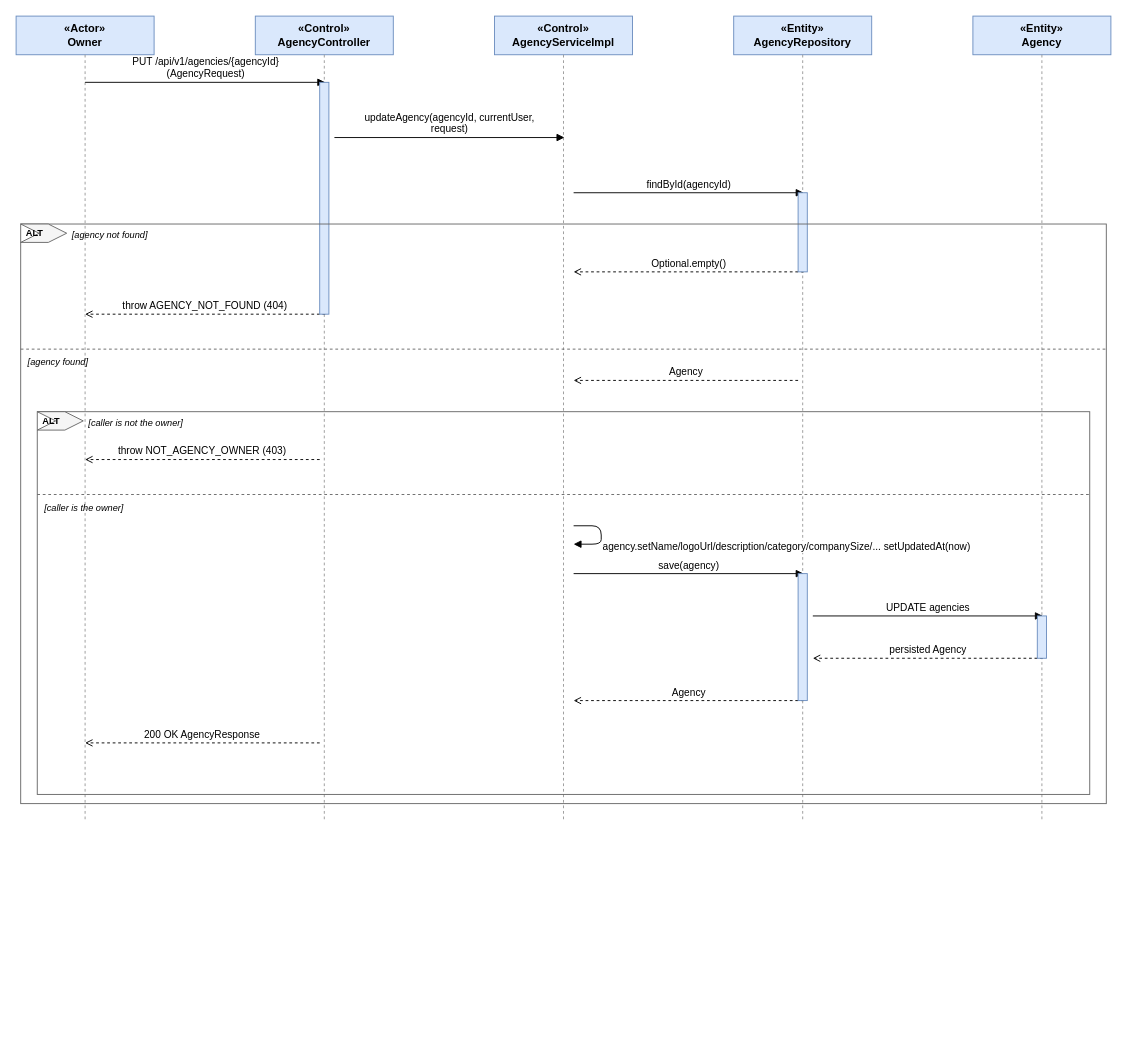
BrandHubOrganization/brandhub-infrastructure keeps this draw.io diagram as docs/feature/agency-workspace/3-4-5-update-agency-profile/sequence-flow.drawio. Above is the earlier version. Source tidied: cells renumbered, new cells numbered last; positions are measured from the earlier drawing's top-left corner, leaving out a move shared by most shapes. Both pictures are drawn from the tidied source at 92%, with x=0, y=0 at pixel (16, 16).
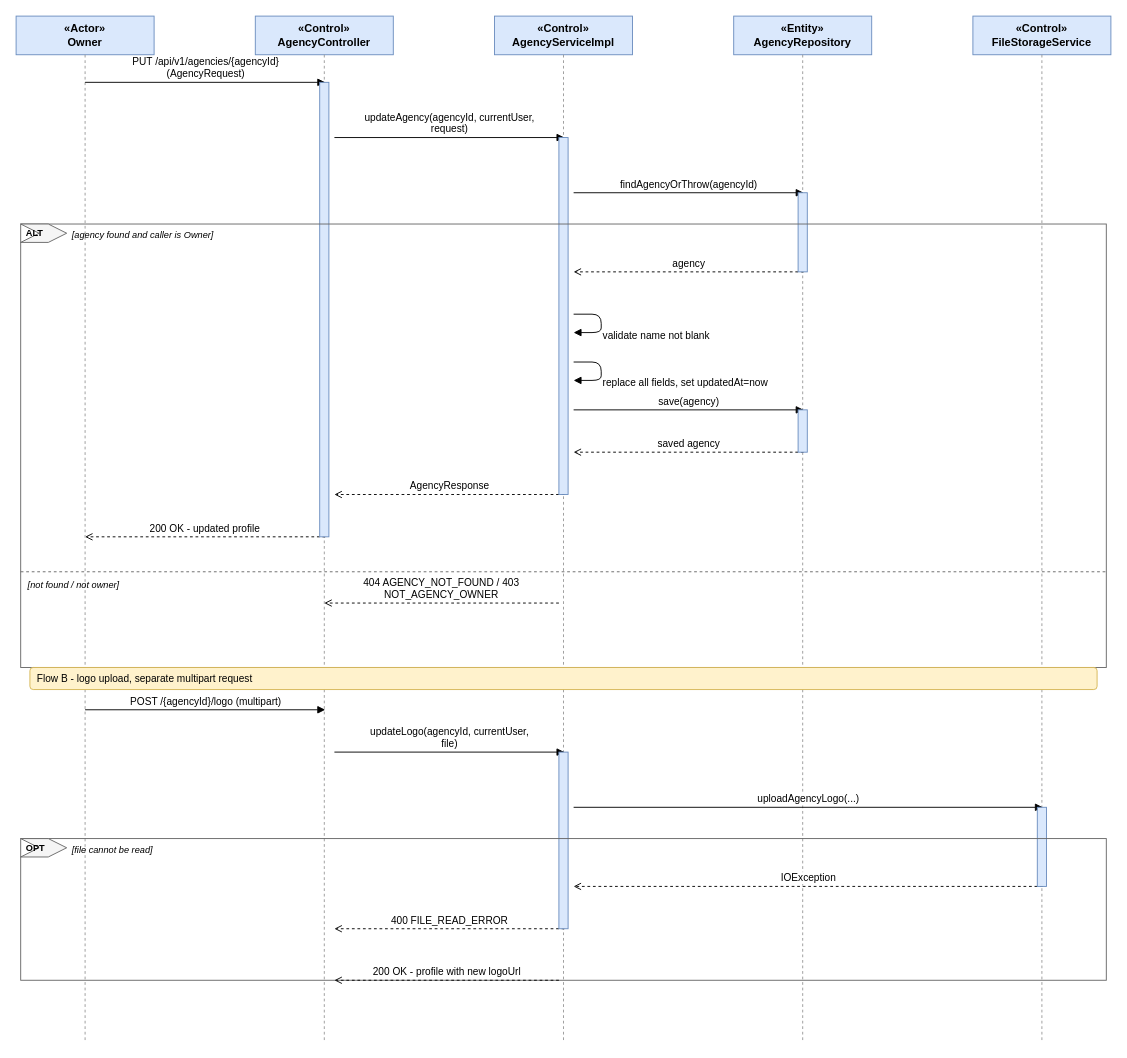
The same diagram, later.

Diff of the diagram source:
```diff
@@
-    <mxCell id="2" value="«Entity»&lt;br&gt;Agency" style="rounded=0;whiteSpace=wrap;html=1;fillColor=#dae8fc;strokeColor=#6c8ebf;fontStyle=1;" parent="1" vertex="1">
-      <mxGeometry x="1040" width="150" height="42" as="geometry" />
-    </mxCell>
-    <mxCell id="3" style="endArrow=none;dashed=1;html=1;strokeColor=#999999;" parent="1" edge="1">
-      <mxGeometry relative="1" as="geometry">
-        <mxPoint x="1115" y="42" as="sourcePoint" />
-        <mxPoint x="1115" y="876" as="targetPoint" />
-      </mxGeometry>
-    </mxCell>
+    <mxCell id="39" value="«Control»&lt;br&gt;FileStorageService" style="rounded=0;whiteSpace=wrap;html=1;fillColor=#dae8fc;strokeColor=#6c8ebf;fontStyle=1;" parent="1" vertex="1">
+      <mxGeometry x="1040" width="150" height="42" as="geometry" />
+    </mxCell>
+    <mxCell id="40" style="endArrow=none;dashed=1;html=1;strokeColor=#999999;" parent="1" edge="1">
+      <mxGeometry relative="1" as="geometry">
+        <mxPoint x="1115" y="42" as="sourcePoint" />
+        <mxPoint x="1115" y="1114" as="targetPoint" />
+      </mxGeometry>
+    </mxCell>
@@
-    <mxCell id="5" style="endArrow=none;dashed=1;html=1;strokeColor=#999999;" parent="1" edge="1">
-      <mxGeometry relative="1" as="geometry">
-        <mxPoint x="855" y="42" as="sourcePoint" />
-        <mxPoint x="855" y="876" as="targetPoint" />
-      </mxGeometry>
-    </mxCell>
+    <mxCell id="41" style="endArrow=none;dashed=1;html=1;strokeColor=#999999;" parent="1" edge="1">
+      <mxGeometry relative="1" as="geometry">
+        <mxPoint x="855" y="42" as="sourcePoint" />
+        <mxPoint x="855" y="1114" as="targetPoint" />
+      </mxGeometry>
+    </mxCell>
@@
-    <mxCell id="7" style="endArrow=none;dashed=1;html=1;strokeColor=#999999;" parent="1" edge="1">
-      <mxGeometry relative="1" as="geometry">
-        <mxPoint x="595" y="42" as="sourcePoint" />
-        <mxPoint x="595" y="876" as="targetPoint" />
-      </mxGeometry>
-    </mxCell>
+    <mxCell id="42" style="endArrow=none;dashed=1;html=1;strokeColor=#999999;" parent="1" edge="1">
+      <mxGeometry relative="1" as="geometry">
+        <mxPoint x="595" y="42" as="sourcePoint" />
+        <mxPoint x="595" y="1114" as="targetPoint" />
+      </mxGeometry>
+    </mxCell>
@@
-    <mxCell id="9" style="endArrow=none;dashed=1;html=1;strokeColor=#999999;" parent="1" edge="1">
-      <mxGeometry relative="1" as="geometry">
-        <mxPoint x="335" y="42" as="sourcePoint" />
-        <mxPoint x="335" y="876" as="targetPoint" />
-      </mxGeometry>
-    </mxCell>
+    <mxCell id="43" style="endArrow=none;dashed=1;html=1;strokeColor=#999999;" parent="1" edge="1">
+      <mxGeometry relative="1" as="geometry">
+        <mxPoint x="335" y="42" as="sourcePoint" />
+        <mxPoint x="335" y="1114" as="targetPoint" />
+      </mxGeometry>
+    </mxCell>
@@
-    <mxCell id="11" style="endArrow=none;dashed=1;html=1;strokeColor=#999999;" parent="1" edge="1">
-      <mxGeometry relative="1" as="geometry">
-        <mxPoint x="75" y="42" as="sourcePoint" />
-        <mxPoint x="75" y="876" as="targetPoint" />
-      </mxGeometry>
-    </mxCell>
+    <mxCell id="44" style="endArrow=none;dashed=1;html=1;strokeColor=#999999;" parent="1" edge="1">
+      <mxGeometry relative="1" as="geometry">
+        <mxPoint x="75" y="42" as="sourcePoint" />
+        <mxPoint x="75" y="1114" as="targetPoint" />
+      </mxGeometry>
+    </mxCell>
@@
-    <mxCell id="14" value="findById(agencyId)" style="html=1;endArrow=block;dashed=0;fontSize=11;align=center;verticalAlign=bottom;labelBackgroundColor=#ffffff;" parent="1" edge="1">
+    <mxCell id="14" value="findAgencyOrThrow(agencyId)" style="html=1;endArrow=block;dashed=0;fontSize=11;align=center;verticalAlign=bottom;labelBackgroundColor=#ffffff;" parent="1" edge="1">
       <mxGeometry relative="1" as="geometry">
         <mxPoint x="606" y="192" as="sourcePoint" />
         <mxPoint x="856" y="192" as="targetPoint" />
       </mxGeometry>
     </mxCell>
-    <mxCell id="15" value="Optional.empty()" style="html=1;endArrow=open;dashed=1;fontSize=11;align=center;verticalAlign=bottom;labelBackgroundColor=#ffffff;" parent="1" edge="1">
+    <mxCell id="15" value="agency" style="html=1;endArrow=open;dashed=1;fontSize=11;align=center;verticalAlign=bottom;labelBackgroundColor=#ffffff;" parent="1" edge="1">
       <mxGeometry relative="1" as="geometry">
         <mxPoint x="856" y="278" as="sourcePoint" />
         <mxPoint x="606" y="278" as="targetPoint" />
       </mxGeometry>
     </mxCell>
@@
-    <mxCell id="17" value="throw AGENCY_NOT_FOUND (404)" style="html=1;endArrow=open;dashed=1;fontSize=11;align=center;verticalAlign=bottom;labelBackgroundColor=#ffffff;" parent="1" edge="1">
-      <mxGeometry relative="1" as="geometry">
-        <mxPoint x="336" y="324" as="sourcePoint" />
-        <mxPoint x="75" y="324" as="targetPoint" />
-      </mxGeometry>
-    </mxCell>
-    <mxCell id="18" style="rounded=0;whiteSpace=wrap;html=1;fillColor=#dae8fc;strokeColor=#6c8ebf;" parent="1" vertex="1">
-      <mxGeometry x="330" y="72" width="10" height="252" as="geometry" />
-    </mxCell>
-    <mxCell id="19" value="Agency" style="html=1;endArrow=open;dashed=1;fontSize=11;align=center;verticalAlign=bottom;labelBackgroundColor=#ffffff;" parent="1" edge="1">
-      <mxGeometry relative="1" as="geometry">
-        <mxPoint x="850" y="396" as="sourcePoint" />
-        <mxPoint x="606" y="396" as="targetPoint" />
-      </mxGeometry>
-    </mxCell>
+    <mxCell id="45" value="validate name not blank" style="html=1;endArrow=block;dashed=0;fontSize=11;align=left;verticalAlign=top;rounded=1;" parent="1" edge="1">
+      <mxGeometry relative="1" as="geometry">
+        <mxPoint x="606" y="324" as="sourcePoint" />
+        <mxPoint x="606" y="344" as="targetPoint" />
+        <Array as="points">
+          <mxPoint x="636" y="324" />
+          <mxPoint x="636" y="344" />
+        </Array>
+      </mxGeometry>
+    </mxCell>
+    <mxCell id="46" value="replace all fields, set updatedAt=now" style="html=1;endArrow=block;dashed=0;fontSize=11;align=left;verticalAlign=top;rounded=1;" parent="1" edge="1">
+      <mxGeometry relative="1" as="geometry">
+        <mxPoint x="606" y="376" as="sourcePoint" />
+        <mxPoint x="606" y="396" as="targetPoint" />
+        <Array as="points">
+          <mxPoint x="636" y="376" />
+          <mxPoint x="636" y="396" />
+        </Array>
+      </mxGeometry>
+    </mxCell>
+    <mxCell id="22" value="save(agency)" style="html=1;endArrow=block;dashed=0;fontSize=11;align=center;verticalAlign=bottom;labelBackgroundColor=#ffffff;" parent="1" edge="1">
+      <mxGeometry relative="1" as="geometry">
+        <mxPoint x="606" y="428" as="sourcePoint" />
+        <mxPoint x="856" y="428" as="targetPoint" />
+      </mxGeometry>
+    </mxCell>
-    <mxCell id="20" value="throw NOT_AGENCY_OWNER (403)" style="html=1;endArrow=open;dashed=1;fontSize=11;align=center;verticalAlign=bottom;labelBackgroundColor=#ffffff;" parent="1" edge="1">
+    <mxCell id="20" value="saved agency" style="html=1;endArrow=open;dashed=1;fontSize=11;align=center;verticalAlign=bottom;labelBackgroundColor=#ffffff;" parent="1" edge="1">
       <mxGeometry relative="1" as="geometry">
-        <mxPoint x="330" y="482" as="sourcePoint" />
-        <mxPoint x="75" y="482" as="targetPoint" />
+        <mxPoint x="856" y="474" as="sourcePoint" />
+        <mxPoint x="606" y="474" as="targetPoint" />
       </mxGeometry>
     </mxCell>
-    <mxCell id="21" value="agency.setName/logoUrl/description/category/companySize/... setUpdatedAt(now)" style="html=1;endArrow=block;dashed=0;fontSize=11;align=left;verticalAlign=top;rounded=1;" parent="1" edge="1">
-      <mxGeometry relative="1" as="geometry">
-        <mxPoint x="606" y="554" as="sourcePoint" />
-        <mxPoint x="606" y="574" as="targetPoint" />
-        <Array as="points">
-          <mxPoint x="636" y="554" />
-          <mxPoint x="636" y="574" />
-        </Array>
-      </mxGeometry>
-    </mxCell>
-    <mxCell id="22" value="save(agency)" style="html=1;endArrow=block;dashed=0;fontSize=11;align=center;verticalAlign=bottom;labelBackgroundColor=#ffffff;" parent="1" edge="1">
-      <mxGeometry relative="1" as="geometry">
-        <mxPoint x="606" y="606" as="sourcePoint" />
-        <mxPoint x="856" y="606" as="targetPoint" />
-      </mxGeometry>
-    </mxCell>
-    <mxCell id="23" value="UPDATE agencies" style="html=1;endArrow=block;dashed=0;fontSize=11;align=center;verticalAlign=bottom;labelBackgroundColor=#ffffff;" parent="1" edge="1">
-      <mxGeometry relative="1" as="geometry">
-        <mxPoint x="866" y="652" as="sourcePoint" />
-        <mxPoint x="1116" y="652" as="targetPoint" />
-      </mxGeometry>
-    </mxCell>
+    <mxCell id="47" style="rounded=0;whiteSpace=wrap;html=1;fillColor=#dae8fc;strokeColor=#6c8ebf;" parent="1" vertex="1">
+      <mxGeometry x="850" y="428" width="10" height="46" as="geometry" />
+    </mxCell>
+    <mxCell id="48" value="AgencyResponse" style="html=1;endArrow=open;dashed=1;fontSize=11;align=center;verticalAlign=bottom;labelBackgroundColor=#ffffff;" parent="1" edge="1">
+      <mxGeometry relative="1" as="geometry">
+        <mxPoint x="596" y="520" as="sourcePoint" />
+        <mxPoint x="346" y="520" as="targetPoint" />
+      </mxGeometry>
+    </mxCell>
+    <mxCell id="49" style="rounded=0;whiteSpace=wrap;html=1;fillColor=#dae8fc;strokeColor=#6c8ebf;" parent="1" vertex="1">
+      <mxGeometry x="590" y="132" width="10" height="388" as="geometry" />
+    </mxCell>
-    <mxCell id="24" value="persisted Agency" style="html=1;endArrow=open;dashed=1;fontSize=11;align=center;verticalAlign=bottom;labelBackgroundColor=#ffffff;" parent="1" edge="1">
+    <mxCell id="24" value="200 OK - updated profile" style="html=1;endArrow=open;dashed=1;fontSize=11;align=center;verticalAlign=bottom;labelBackgroundColor=#ffffff;" parent="1" edge="1">
       <mxGeometry relative="1" as="geometry">
-        <mxPoint x="1116" y="698" as="sourcePoint" />
-        <mxPoint x="866" y="698" as="targetPoint" />
+        <mxPoint x="336" y="566" as="sourcePoint" />
+        <mxPoint x="75" y="566" as="targetPoint" />
       </mxGeometry>
     </mxCell>
     <mxCell id="25" style="rounded=0;whiteSpace=wrap;html=1;fillColor=#dae8fc;strokeColor=#6c8ebf;" parent="1" vertex="1">
-      <mxGeometry x="1110" y="652" width="10" height="46" as="geometry" />
+      <mxGeometry x="330" y="72" width="10" height="494" as="geometry" />
     </mxCell>
-    <mxCell id="26" value="Agency" style="html=1;endArrow=open;dashed=1;fontSize=11;align=center;verticalAlign=bottom;labelBackgroundColor=#ffffff;" parent="1" edge="1">
+    <mxCell id="26" value="404 AGENCY_NOT_FOUND / 403&lt;br&gt;NOT_AGENCY_OWNER" style="html=1;endArrow=open;dashed=1;fontSize=11;align=center;verticalAlign=bottom;labelBackgroundColor=#ffffff;" parent="1" edge="1">
       <mxGeometry relative="1" as="geometry">
-        <mxPoint x="856" y="744" as="sourcePoint" />
-        <mxPoint x="606" y="744" as="targetPoint" />
+        <mxPoint x="590" y="638" as="sourcePoint" />
+        <mxPoint x="335" y="638" as="targetPoint" />
       </mxGeometry>
     </mxCell>
-    <mxCell id="27" style="rounded=0;whiteSpace=wrap;html=1;fillColor=#dae8fc;strokeColor=#6c8ebf;" parent="1" vertex="1">
-      <mxGeometry x="850" y="606" width="10" height="138" as="geometry" />
-    </mxCell>
-    <mxCell id="28" value="200 OK AgencyResponse" style="html=1;endArrow=open;dashed=1;fontSize=11;align=center;verticalAlign=bottom;labelBackgroundColor=#ffffff;" parent="1" edge="1">
-      <mxGeometry relative="1" as="geometry">
-        <mxPoint x="330" y="790" as="sourcePoint" />
-        <mxPoint x="75" y="790" as="targetPoint" />
-      </mxGeometry>
-    </mxCell>
-    <mxCell id="29" style="rounded=0;whiteSpace=wrap;html=1;fillColor=none;strokeColor=#666666;verticalAlign=top;" parent="1" vertex="1">
-      <mxGeometry x="23" y="430" width="1144" height="416" as="geometry" />
-    </mxCell>
-    <mxCell id="30" value="ALT" style="shape=step;perimeter=stepPerimeter;whiteSpace=wrap;html=1;fixedSize=1;fillColor=#f5f5f5;strokeColor=#666666;fontStyle=1;fontSize=10;align=left;spacingLeft=4;" parent="1" vertex="1">
-      <mxGeometry x="23" y="430" width="50" height="20" as="geometry" />
-    </mxCell>
-    <mxCell id="31" value="[caller is not the owner]" style="text;html=1;align=left;verticalAlign=top;fontSize=10;fontStyle=2;" parent="1" vertex="1">
-      <mxGeometry x="77" y="430" width="1086" height="20" as="geometry" />
-    </mxCell>
-    <mxCell id="32" style="endArrow=none;dashed=1;html=1;strokeColor=#666666;" parent="1" edge="1">
-      <mxGeometry relative="1" as="geometry">
-        <mxPoint x="23" y="520" as="sourcePoint" />
-        <mxPoint x="1167" y="520" as="targetPoint" />
-      </mxGeometry>
-    </mxCell>
-    <mxCell id="33" value="[caller is the owner]" style="text;html=1;align=left;verticalAlign=top;fontSize=10;fontStyle=2;" parent="1" vertex="1">
-      <mxGeometry x="29" y="522" width="1134" height="18" as="geometry" />
-    </mxCell>
-    <mxCell id="34" style="rounded=0;whiteSpace=wrap;html=1;fillColor=none;strokeColor=#666666;verticalAlign=top;" parent="1" vertex="1">
-      <mxGeometry x="5" y="226" width="1180" height="630" as="geometry" />
-    </mxCell>
+    <mxCell id="50" style="rounded=0;whiteSpace=wrap;html=1;fillColor=none;strokeColor=#666666;verticalAlign=top;" parent="1" vertex="1">
+      <mxGeometry x="5" y="226" width="1180" height="482" as="geometry" />
+    </mxCell>
@@
-    <mxCell id="36" value="[agency not found]" style="text;html=1;align=left;verticalAlign=top;fontSize=10;fontStyle=2;" parent="1" vertex="1">
-      <mxGeometry x="59" y="226" width="1122" height="20" as="geometry" />
-    </mxCell>
-    <mxCell id="37" style="endArrow=none;dashed=1;html=1;strokeColor=#666666;" parent="1" edge="1">
-      <mxGeometry relative="1" as="geometry">
-        <mxPoint x="5" y="362" as="sourcePoint" />
-        <mxPoint x="1185" y="362" as="targetPoint" />
-      </mxGeometry>
-    </mxCell>
-    <mxCell id="38" value="[agency found]" style="text;html=1;align=left;verticalAlign=top;fontSize=10;fontStyle=2;" parent="1" vertex="1">
-      <mxGeometry x="11" y="364" width="1170" height="18" as="geometry" />
-    </mxCell>
+    <mxCell id="51" value="[agency found and caller is Owner]" style="text;html=1;align=left;verticalAlign=top;fontSize=10;fontStyle=2;" parent="1" vertex="1">
+      <mxGeometry x="59" y="226" width="1122" height="20" as="geometry" />
+    </mxCell>
+    <mxCell id="52" style="endArrow=none;dashed=1;html=1;strokeColor=#666666;" parent="1" edge="1">
+      <mxGeometry relative="1" as="geometry">
+        <mxPoint x="5" y="604" as="sourcePoint" />
+        <mxPoint x="1185" y="604" as="targetPoint" />
+      </mxGeometry>
+    </mxCell>
+    <mxCell id="53" value="[not found / not owner]" style="text;html=1;align=left;verticalAlign=top;fontSize=10;fontStyle=2;" parent="1" vertex="1">
+      <mxGeometry x="11" y="606" width="1170" height="18" as="geometry" />
+    </mxCell>
+    <mxCell id="54" value="Flow B - logo upload, separate multipart request" style="rounded=1;whiteSpace=wrap;html=1;fillColor=#fff2cc;strokeColor=#d6b656;align=left;spacingLeft=6;fontSize=11;" parent="1" vertex="1">
+      <mxGeometry x="15" y="708" width="1160" height="24" as="geometry" />
+    </mxCell>
+    <mxCell id="55" value="POST /{agencyId}/logo (multipart)" style="html=1;endArrow=block;dashed=0;fontSize=11;align=center;verticalAlign=bottom;labelBackgroundColor=#ffffff;" parent="1" edge="1">
+      <mxGeometry relative="1" as="geometry">
+        <mxPoint x="75" y="754" as="sourcePoint" />
+        <mxPoint x="336" y="754" as="targetPoint" />
+      </mxGeometry>
+    </mxCell>
+    <mxCell id="56" value="updateLogo(agencyId, currentUser,&lt;br&gt;file)" style="html=1;endArrow=block;dashed=0;fontSize=11;align=center;verticalAlign=bottom;labelBackgroundColor=#ffffff;" parent="1" edge="1">
+      <mxGeometry relative="1" as="geometry">
+        <mxPoint x="346" y="800" as="sourcePoint" />
+        <mxPoint x="596" y="800" as="targetPoint" />
+      </mxGeometry>
+    </mxCell>
+    <mxCell id="57" value="uploadAgencyLogo(...)" style="html=1;endArrow=block;dashed=0;fontSize=11;align=center;verticalAlign=bottom;labelBackgroundColor=#ffffff;" parent="1" edge="1">
+      <mxGeometry relative="1" as="geometry">
+        <mxPoint x="606" y="860" as="sourcePoint" />
+        <mxPoint x="1116" y="860" as="targetPoint" />
+      </mxGeometry>
+    </mxCell>
+    <mxCell id="58" value="IOException" style="html=1;endArrow=open;dashed=1;fontSize=11;align=center;verticalAlign=bottom;labelBackgroundColor=#ffffff;" parent="1" edge="1">
+      <mxGeometry relative="1" as="geometry">
+        <mxPoint x="1116" y="946" as="sourcePoint" />
+        <mxPoint x="606" y="946" as="targetPoint" />
+      </mxGeometry>
+    </mxCell>
+    <mxCell id="59" style="rounded=0;whiteSpace=wrap;html=1;fillColor=#dae8fc;strokeColor=#6c8ebf;" parent="1" vertex="1">
+      <mxGeometry x="1110" y="860" width="10" height="86" as="geometry" />
+    </mxCell>
+    <mxCell id="60" value="400 FILE_READ_ERROR" style="html=1;endArrow=open;dashed=1;fontSize=11;align=center;verticalAlign=bottom;labelBackgroundColor=#ffffff;" parent="1" edge="1">
+      <mxGeometry relative="1" as="geometry">
+        <mxPoint x="596" y="992" as="sourcePoint" />
+        <mxPoint x="346" y="992" as="targetPoint" />
+      </mxGeometry>
+    </mxCell>
+    <mxCell id="61" style="rounded=0;whiteSpace=wrap;html=1;fillColor=#dae8fc;strokeColor=#6c8ebf;" parent="1" vertex="1">
+      <mxGeometry x="590" y="800" width="10" height="192" as="geometry" />
+    </mxCell>
+    <mxCell id="62" style="rounded=0;whiteSpace=wrap;html=1;fillColor=none;strokeColor=#666666;verticalAlign=top;" parent="1" vertex="1">
+      <mxGeometry x="5" y="894" width="1180" height="154" as="geometry" />
+    </mxCell>
+    <mxCell id="63" value="OPT" style="shape=step;perimeter=stepPerimeter;whiteSpace=wrap;html=1;fixedSize=1;fillColor=#f5f5f5;strokeColor=#666666;fontStyle=1;fontSize=10;align=left;spacingLeft=4;" parent="1" vertex="1">
+      <mxGeometry x="5" y="894" width="50" height="20" as="geometry" />
+    </mxCell>
+    <mxCell id="64" value="[file cannot be read]" style="text;html=1;align=left;verticalAlign=top;fontSize=10;fontStyle=2;" parent="1" vertex="1">
+      <mxGeometry x="59" y="894" width="1122" height="20" as="geometry" />
+    </mxCell>
+    <mxCell id="65" value="200 OK - profile with new logoUrl" style="html=1;endArrow=open;dashed=1;fontSize=11;align=center;verticalAlign=bottom;labelBackgroundColor=#ffffff;" parent="1" edge="1">
+      <mxGeometry relative="1" as="geometry">
+        <mxPoint x="590" y="1048" as="sourcePoint" />
+        <mxPoint x="346" y="1048" as="targetPoint" />
+      </mxGeometry>
+    </mxCell>
```
